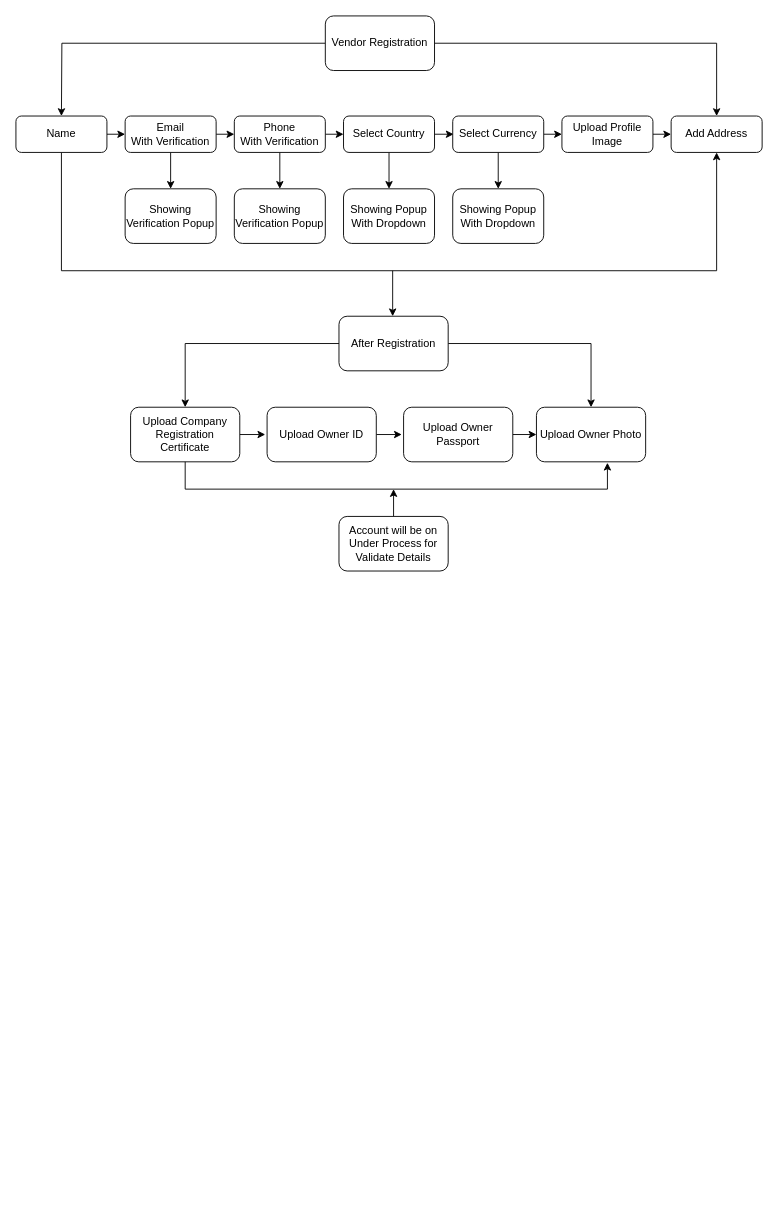
Before: Untitled Diagram.drawio in mohitsth4/test, a draw.io diagram. Source tidied: cells renumbered, new cells numbered last; positions are measured from the earlier drawing's top-left corner, leaving out a move shared by most shapes. Both pictures are drawn from the tidied source at 91%, with x=0, y=0 at pixel (15, 15).
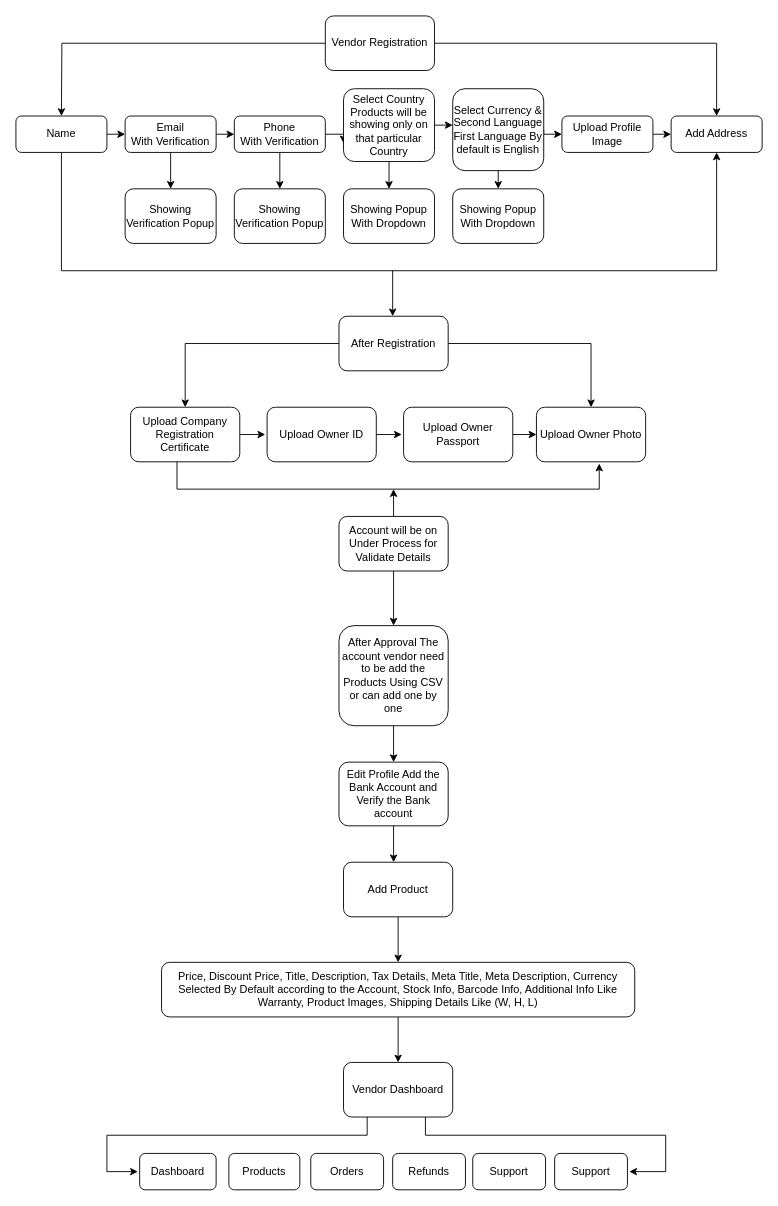
Above is the later version.

The change refers to these unchanged cells:
```xml
<mxCell id="13" value="Phone&lt;br&gt;With Verification" style="rounded=1;whiteSpace=wrap;html=1;" parent="1" vertex="1">
  <mxGeometry x="240" y="110" width="100" height="40" as="geometry" />
</mxCell>
<mxCell id="21" value="Upload Profile Image" style="rounded=1;whiteSpace=wrap;html=1;" parent="1" vertex="1">
  <mxGeometry x="600" y="110" width="100" height="40" as="geometry" />
</mxCell>
<mxCell id="24" value="Showing Verification Popup" style="rounded=1;whiteSpace=wrap;html=1;" parent="1" vertex="1">
  <mxGeometry x="240" y="190" width="100" height="60" as="geometry" />
</mxCell>
<mxCell id="25" value="Showing Popup With Dropdown" style="rounded=1;whiteSpace=wrap;html=1;" parent="1" vertex="1">
  <mxGeometry x="360" y="190" width="100" height="60" as="geometry" />
</mxCell>
<mxCell id="26" value="Showing Popup With Dropdown" style="rounded=1;whiteSpace=wrap;html=1;" parent="1" vertex="1">
  <mxGeometry x="480" y="190" width="100" height="60" as="geometry" />
</mxCell>
<mxCell id="32" value="Upload Company Registration Certificate" style="rounded=1;whiteSpace=wrap;html=1;" parent="1" vertex="1">
  <mxGeometry x="126" y="430" width="120" height="60" as="geometry" />
</mxCell>
<mxCell id="37" value="Upload Owner Photo" style="rounded=1;whiteSpace=wrap;html=1;" parent="1" vertex="1">
  <mxGeometry x="572" y="430" width="120" height="60" as="geometry" />
</mxCell>
<mxCell id="39" value="Account will be on Under Process for Validate Details" style="rounded=1;whiteSpace=wrap;html=1;" parent="1" vertex="1">
  <mxGeometry x="355" y="550" width="120" height="60" as="geometry" />
</mxCell>
```

Change to the diagram source:
```diff
@@
+    <mxCell id="12" style="edgeStyle=orthogonalEdgeStyle;rounded=0;jettySize=auto;html=1;exitX=0.5;exitY=1;exitDx=0;exitDy=0;entryX=0.5;entryY=0;entryDx=0;entryDy=0;" parent="1" edge="1" source="13" target="24">
+      <mxGeometry relative="1" as="geometry" />
+    </mxCell>
-    <mxCell id="11" style="edgeStyle=orthogonalEdgeStyle;rounded=0;jettySize=auto;html=1;exitX=1;exitY=0.5;exitDx=0;exitDy=0;entryX=0;entryY=0.5;entryDx=0;entryDy=0;" parent="1" edge="1" source="13" target="16">
+    <mxCell id="11" style="edgeStyle=orthogonalEdgeStyle;rounded=0;jettySize=auto;html=1;exitX=1;exitY=0.5;exitDx=0;exitDy=0;entryX=0;entryY=0.75;entryDx=0;entryDy=0;" parent="1" edge="1" source="13" target="16">
       <mxGeometry relative="1" as="geometry" />
     </mxCell>
-    <mxCell id="12" style="edgeStyle=orthogonalEdgeStyle;rounded=0;jettySize=auto;html=1;exitX=0.5;exitY=1;exitDx=0;exitDy=0;entryX=0.5;entryY=0;entryDx=0;entryDy=0;" parent="1" edge="1" source="13" target="24">
-      <mxGeometry relative="1" as="geometry" />
-    </mxCell>
@@
-    <mxCell id="14" style="edgeStyle=orthogonalEdgeStyle;rounded=0;jettySize=auto;html=1;exitX=1;exitY=0.5;exitDx=0;exitDy=0;entryX=0;entryY=0.5;entryDx=0;entryDy=0;" parent="1" edge="1" source="16">
-      <mxGeometry relative="1" as="geometry">
-        <mxPoint x="481" y="130" as="targetPoint" />
-      </mxGeometry>
-    </mxCell>
-    <mxCell id="15" style="edgeStyle=orthogonalEdgeStyle;rounded=0;jettySize=auto;html=1;exitX=0.5;exitY=1;exitDx=0;exitDy=0;entryX=0.5;entryY=0;entryDx=0;entryDy=0;" parent="1" edge="1" source="16" target="25">
-      <mxGeometry relative="1" as="geometry" />
+    <mxCell id="15" style="edgeStyle=orthogonalEdgeStyle;rounded=0;jettySize=auto;html=1;entryX=0.5;entryY=0;entryDx=0;entryDy=0;" parent="1" edge="1" target="25">
+      <mxGeometry relative="1" as="geometry">
+        <mxPoint x="410" y="160" as="sourcePoint" />
+      </mxGeometry>
     </mxCell>
-    <mxCell id="16" value="Select Country" style="rounded=1;whiteSpace=wrap;html=1;" parent="1" vertex="1">
-      <mxGeometry x="360" y="110" width="100" height="40" as="geometry" />
+    <mxCell id="16" value="Select Country Products will be showing only on that particular Country" style="rounded=1;whiteSpace=wrap;html=1;" parent="1" vertex="1">
+      <mxGeometry x="360" y="80" width="100" height="80" as="geometry" />
     </mxCell>
     <mxCell id="17" style="edgeStyle=orthogonalEdgeStyle;rounded=0;jettySize=auto;html=1;exitX=1;exitY=0.5;exitDx=0;exitDy=0;entryX=0;entryY=0.5;entryDx=0;entryDy=0;" parent="1" edge="1" source="19" target="21">
-      <mxGeometry relative="1" as="geometry" />
+      <mxGeometry relative="1" as="geometry">
+        <Array as="points">
+          <mxPoint x="580" y="130" />
+        </Array>
+      </mxGeometry>
     </mxCell>
-    <mxCell id="18" style="edgeStyle=orthogonalEdgeStyle;rounded=0;jettySize=auto;html=1;exitX=0.5;exitY=1;exitDx=0;exitDy=0;entryX=0.5;entryY=0;entryDx=0;entryDy=0;" parent="1" edge="1" source="19" target="26">
-      <mxGeometry relative="1" as="geometry" />
+    <mxCell id="18" style="edgeStyle=orthogonalEdgeStyle;rounded=0;jettySize=auto;html=1;entryX=0.5;entryY=0;entryDx=0;entryDy=0;" parent="1" edge="1" target="26">
+      <mxGeometry relative="1" as="geometry">
+        <mxPoint x="530" y="170" as="sourcePoint" />
+      </mxGeometry>
     </mxCell>
-    <mxCell id="19" value="Select Currency" style="rounded=1;whiteSpace=wrap;html=1;" parent="1" vertex="1">
-      <mxGeometry x="480" y="110" width="100" height="40" as="geometry" />
+    <mxCell id="19" value="Select Currency &amp;amp; Second Language&lt;div&gt;First Language By default is English&lt;/div&gt;" style="rounded=1;whiteSpace=wrap;html=1;" parent="1" vertex="1">
+      <mxGeometry x="480" y="80" width="100" height="90" as="geometry" />
     </mxCell>
@@
+    <mxCell id="41" style="edgeStyle=orthogonalEdgeStyle;rounded=0;jettySize=auto;html=1;exitX=0.5;exitY=1;exitDx=0;exitDy=0;entryX=0.5;entryY=0;entryDx=0;entryDy=0;" parent="1" edge="1" source="39" target="43">
+      <mxGeometry relative="1" as="geometry" />
+    </mxCell>
@@
-    <mxCell id="40" style="edgeStyle=orthogonalEdgeStyle;rounded=0;jettySize=auto;html=1;exitX=0.5;exitY=1;exitDx=0;exitDy=0;entryX=0.65;entryY=1.017;entryDx=0;entryDy=0;entryPerimeter=0;" parent="1" edge="1" source="32" target="37">
+    <mxCell id="40" style="edgeStyle=orthogonalEdgeStyle;rounded=0;orthogonalLoop=1;jettySize=auto;html=1;exitX=0.5;exitY=1;exitDx=0;exitDy=0;entryX=0.65;entryY=1.031;entryDx=0;entryDy=0;entryPerimeter=0;" parent="1" edge="1">
       <mxGeometry relative="1" as="geometry">
+        <mxPoint x="177" y="490" as="sourcePoint" />
+        <mxPoint x="641" y="491.9" as="targetPoint" />
         <Array as="points">
-          <mxPoint x="186" y="520" />
-          <mxPoint x="650" y="520" />
+          <mxPoint x="177" y="520" />
+          <mxPoint x="641" y="520" />
         </Array>
       </mxGeometry>
     </mxCell>
+    <mxCell id="42" style="edgeStyle=orthogonalEdgeStyle;rounded=0;jettySize=auto;html=1;exitX=0.5;exitY=1;exitDx=0;exitDy=0;" parent="1" edge="1" source="43">
+      <mxGeometry relative="1" as="geometry">
+        <mxPoint x="415" y="820" as="targetPoint" />
+      </mxGeometry>
+    </mxCell>
+    <mxCell id="43" value="After Approval The account vendor need to be add the Products Using CSV or can add one by one" style="rounded=1;whiteSpace=wrap;html=1;" parent="1" vertex="1">
+      <mxGeometry x="355" y="670" width="120" height="110" as="geometry" />
+    </mxCell>
+    <mxCell id="44" style="edgeStyle=orthogonalEdgeStyle;rounded=0;jettySize=auto;html=1;" parent="1" edge="1" source="45">
+      <mxGeometry relative="1" as="geometry">
+        <mxPoint x="420" y="1040" as="targetPoint" />
+      </mxGeometry>
+    </mxCell>
+    <mxCell id="45" value="Add Product" style="rounded=1;whiteSpace=wrap;html=1;" parent="1" vertex="1">
+      <mxGeometry x="360" y="930" width="120" height="60" as="geometry" />
+    </mxCell>
+    <mxCell id="46" style="edgeStyle=orthogonalEdgeStyle;rounded=0;jettySize=auto;html=1;" parent="1" edge="1" source="47">
+      <mxGeometry relative="1" as="geometry">
+        <mxPoint x="420" y="1150" as="targetPoint" />
+      </mxGeometry>
+    </mxCell>
+    <mxCell id="47" value="Price, Discount Price, Title, Description, Tax Details, Meta Title, Meta Description, Currency Selected By Default according to the Account, Stock Info, Barcode Info, Additional Info Like Warranty, Product Images, Shipping Details Like (W, H, L)" style="rounded=1;whiteSpace=wrap;html=1;" parent="1" vertex="1">
+      <mxGeometry x="160" y="1040" width="520" height="60" as="geometry" />
+    </mxCell>
+    <mxCell id="48" style="edgeStyle=orthogonalEdgeStyle;rounded=0;jettySize=auto;html=1;entryX=0.002;entryY=0.447;entryDx=0;entryDy=0;entryPerimeter=0;" parent="1" edge="1" source="16" target="19">
+      <mxGeometry relative="1" as="geometry" />
+    </mxCell>
+    <mxCell id="49" style="edgeStyle=orthogonalEdgeStyle;rounded=0;jettySize=auto;html=1;" parent="1" edge="1" source="50">
+      <mxGeometry relative="1" as="geometry">
+        <mxPoint x="415" y="930" as="targetPoint" />
+      </mxGeometry>
+    </mxCell>
+    <mxCell id="50" value="Edit Profile Add the Bank Account and Verify the Bank account" style="rounded=1;whiteSpace=wrap;html=1;" parent="1" vertex="1">
+      <mxGeometry x="355" y="820" width="120" height="70" as="geometry" />
+    </mxCell>
+    <mxCell id="51" style="edgeStyle=orthogonalEdgeStyle;rounded=0;jettySize=auto;html=1;exitX=0.175;exitY=0.98;exitDx=0;exitDy=0;exitPerimeter=0;" parent="1" edge="1" source="53">
+      <mxGeometry relative="1" as="geometry">
+        <mxPoint x="134" y="1270" as="targetPoint" />
+        <Array as="points">
+          <mxPoint x="386" y="1209" />
+          <mxPoint x="386" y="1230" />
+          <mxPoint x="100" y="1230" />
+          <mxPoint x="100" y="1270" />
+        </Array>
+      </mxGeometry>
+    </mxCell>
+    <mxCell id="52" style="edgeStyle=orthogonalEdgeStyle;rounded=0;jettySize=auto;html=1;exitX=0.75;exitY=1;exitDx=0;exitDy=0;" parent="1" edge="1" source="53">
+      <mxGeometry relative="1" as="geometry">
+        <mxPoint x="674" y="1270" as="targetPoint" />
+        <Array as="points">
+          <mxPoint x="450" y="1230" />
+          <mxPoint x="714" y="1230" />
+          <mxPoint x="714" y="1270" />
+        </Array>
+      </mxGeometry>
+    </mxCell>
+    <mxCell id="53" value="Vendor Dashboard" style="rounded=1;whiteSpace=wrap;html=1;" parent="1" vertex="1">
+      <mxGeometry x="360" y="1150" width="120" height="60" as="geometry" />
+    </mxCell>
+    <mxCell id="54" value="Dashboard" style="rounded=1;whiteSpace=wrap;html=1;" parent="1" vertex="1">
+      <mxGeometry x="136" y="1250" width="84" height="40" as="geometry" />
+    </mxCell>
+    <mxCell id="55" value="Products" style="rounded=1;whiteSpace=wrap;html=1;" parent="1" vertex="1">
+      <mxGeometry x="234" y="1250" width="78" height="40" as="geometry" />
+    </mxCell>
+    <mxCell id="56" value="Orders" style="rounded=1;whiteSpace=wrap;html=1;" parent="1" vertex="1">
+      <mxGeometry x="324" y="1250" width="80" height="40" as="geometry" />
+    </mxCell>
+    <mxCell id="57" value="Refunds" style="rounded=1;whiteSpace=wrap;html=1;" parent="1" vertex="1">
+      <mxGeometry x="414" y="1250" width="80" height="40" as="geometry" />
+    </mxCell>
+    <mxCell id="58" value="Support" style="rounded=1;whiteSpace=wrap;html=1;" parent="1" vertex="1">
+      <mxGeometry x="592" y="1250" width="80" height="40" as="geometry" />
+    </mxCell>
+    <mxCell id="59" value="Support" style="rounded=1;whiteSpace=wrap;html=1;" parent="1" vertex="1">
+      <mxGeometry x="502" y="1250" width="80" height="40" as="geometry" />
+    </mxCell>
```
